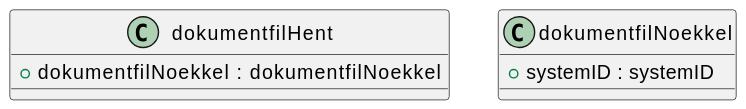
Before: Dokumentasjon/V1/SchemaModels/no/ks/fiks/arkiv/v1/innsyn/dokumentfil/hent.svg, a diagram exported from PlantUML (ks-no/fiks-arkiv-specification).
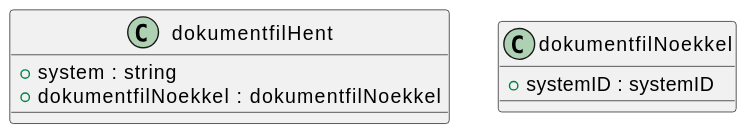
The same diagram one commit later.

Diff of the diagram source:
```diff
@@ -1,5 +1,6 @@
 @startuml
 class dokumentfilHent {
+    +system : string
     +dokumentfilNoekkel : dokumentfilNoekkel
 }
 class dokumentfilNoekkel {
```
